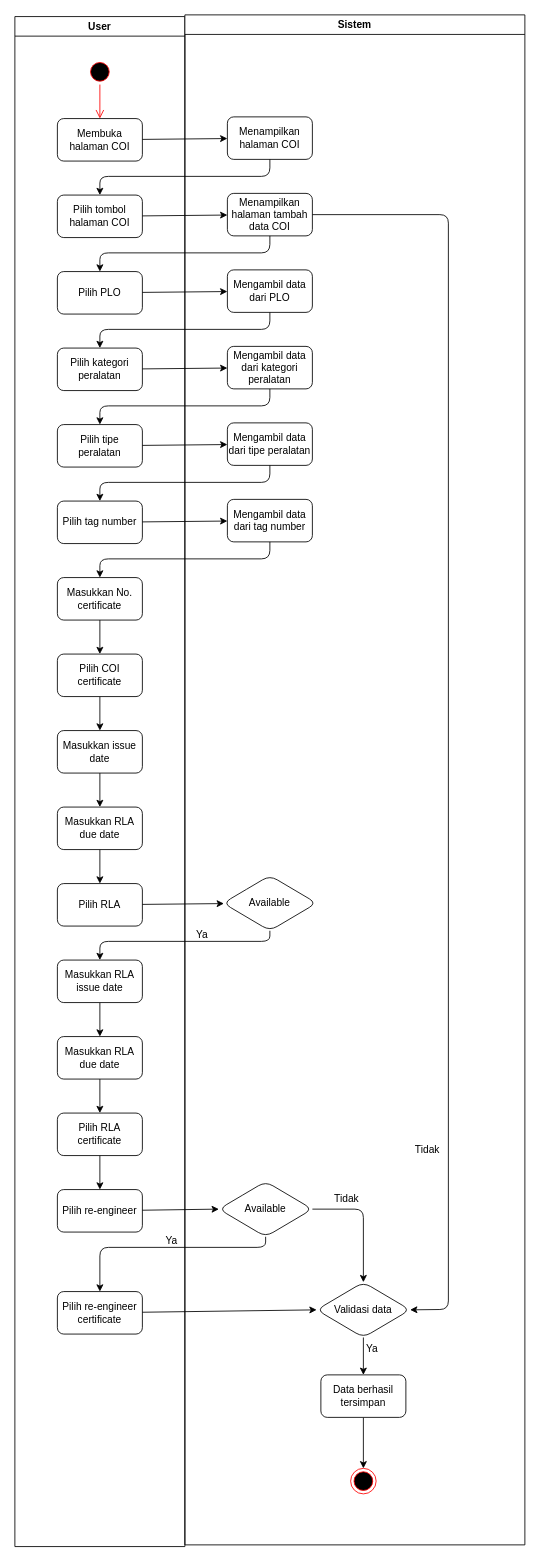
The draw.io diagram DOKUMENTASI IDMS/COI/tambahCOI.drawio in rismanrhz/idms, before the edit. Source tidied: cells renumbered, new cells numbered last; positions are measured from the earlier drawing's top-left corner, leaving out a move shared by most shapes. Both pictures are drawn from the tidied source at 85%, with x=0, y=0 at pixel (14, 14).
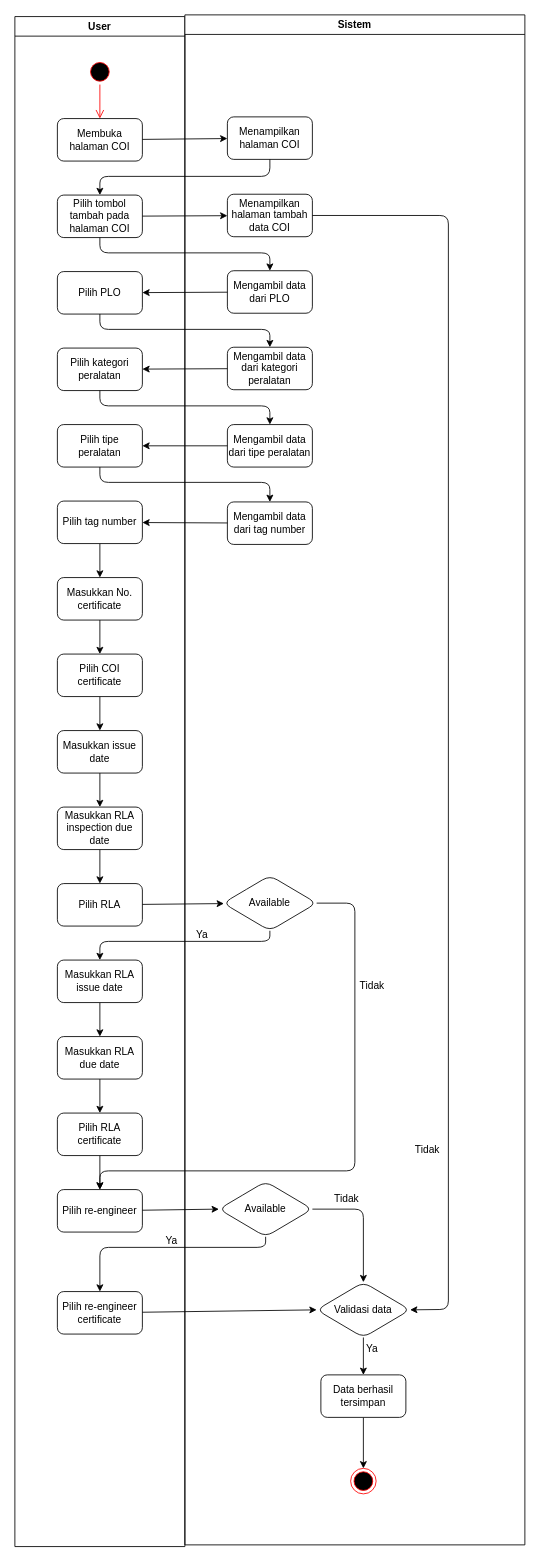
After the change.

The change refers to these unchanged cells:
```xml
<mxCell id="2" value="User" style="swimlane;" parent="1" vertex="1">
  <mxGeometry y="2" width="200" height="1800" as="geometry" />
</mxCell>
<mxCell id="7" value="Pilih PLO" style="rounded=1;whiteSpace=wrap;html=1;" parent="2" vertex="1">
  <mxGeometry x="50" y="300" width="100" height="50" as="geometry" />
</mxCell>
<mxCell id="8" value="Pilih kategori peralatan" style="rounded=1;whiteSpace=wrap;html=1;" parent="2" vertex="1">
  <mxGeometry x="50" y="390" width="100" height="50" as="geometry" />
</mxCell>
<mxCell id="9" value="Pilih tipe peralatan" style="rounded=1;whiteSpace=wrap;html=1;" parent="2" vertex="1">
  <mxGeometry x="50" y="480" width="100" height="50" as="geometry" />
</mxCell>
<mxCell id="11" value="Masukkan No. certificate" style="rounded=1;whiteSpace=wrap;html=1;" parent="2" vertex="1">
  <mxGeometry x="50" y="660" width="100" height="50" as="geometry" />
</mxCell>
<mxCell id="12" value="Pilih tag number" style="rounded=1;whiteSpace=wrap;html=1;" parent="2" vertex="1">
  <mxGeometry x="50" y="570" width="100" height="50" as="geometry" />
</mxCell>
<mxCell id="26" value="Pilih re-engineer" style="rounded=1;whiteSpace=wrap;html=1;" parent="2" vertex="1">
  <mxGeometry x="50" y="1380" width="100" height="50" as="geometry" />
</mxCell>
<mxCell id="28" value="Sistem" style="swimlane;" parent="1" vertex="1">
  <mxGeometry x="200" width="400" height="1800" as="geometry" />
</mxCell>
<mxCell id="36" value="Available" style="rhombus;whiteSpace=wrap;html=1;rounded=1;" parent="28" vertex="1">
  <mxGeometry x="45" y="1012.5" width="110" height="65" as="geometry" />
</mxCell>
<mxCell id="38" value="Validasi data" style="rhombus;whiteSpace=wrap;html=1;rounded=1;" parent="28" vertex="1">
  <mxGeometry x="155" y="1491" width="110" height="65" as="geometry" />
</mxCell>
```

Diff of the diagram source:
```diff
@@
-    <mxCell id="6" value="Pilih tombol halaman COI" style="rounded=1;whiteSpace=wrap;html=1;" parent="2" vertex="1">
+    <mxCell id="6" value="Pilih tombol tambah pada halaman COI" style="rounded=1;whiteSpace=wrap;html=1;" parent="2" vertex="1">
       <mxGeometry x="50" y="210" width="100" height="50" as="geometry" />
     </mxCell>
@@
+    <mxCell id="66" style="edgeStyle=none;html=1;" parent="2" edge="1" source="12" target="11">
+      <mxGeometry relative="1" as="geometry" />
+    </mxCell>
@@
-    <mxCell id="18" value="Masukkan RLA due date" style="rounded=1;whiteSpace=wrap;html=1;" parent="2" vertex="1">
+    <mxCell id="18" value="Masukkan RLA inspection due date" style="rounded=1;whiteSpace=wrap;html=1;" parent="2" vertex="1">
       <mxGeometry x="50" y="930" width="100" height="50" as="geometry" />
     </mxCell>
@@
     <mxCell id="30" value="Menampilkan halaman tambah data COI" style="rounded=1;whiteSpace=wrap;html=1;" parent="28" vertex="1">
-      <mxGeometry x="50" y="210" width="100" height="50" as="geometry" />
+      <mxGeometry x="50" y="211" width="100" height="50" as="geometry" />
     </mxCell>
     <mxCell id="31" value="Mengambil data dari PLO" style="rounded=1;whiteSpace=wrap;html=1;" parent="28" vertex="1">
-      <mxGeometry x="50" y="300" width="100" height="50" as="geometry" />
+      <mxGeometry x="50" y="301" width="100" height="50" as="geometry" />
     </mxCell>
     <mxCell id="32" value="Mengambil data dari kategori peralatan" style="rounded=1;whiteSpace=wrap;html=1;" parent="28" vertex="1">
-      <mxGeometry x="50" y="390" width="100" height="50" as="geometry" />
+      <mxGeometry x="50" y="391" width="100" height="50" as="geometry" />
     </mxCell>
     <mxCell id="33" value="Mengambil data dari tipe peralatan" style="rounded=1;whiteSpace=wrap;html=1;" parent="28" vertex="1">
-      <mxGeometry x="50" y="480" width="100" height="50" as="geometry" />
+      <mxGeometry x="50" y="482" width="100" height="50" as="geometry" />
     </mxCell>
     <mxCell id="34" value="Mengambil data dari tag number" style="rounded=1;whiteSpace=wrap;html=1;" parent="28" vertex="1">
-      <mxGeometry x="50" y="570" width="100" height="50" as="geometry" />
+      <mxGeometry x="50" y="573" width="100" height="50" as="geometry" />
     </mxCell>
     <mxCell id="35" style="edgeStyle=none;html=1;entryX=1;entryY=0.5;entryDx=0;entryDy=0;exitX=1;exitY=0.5;exitDx=0;exitDy=0;" parent="28" edge="1" source="30" target="38">
       <mxGeometry relative="1" as="geometry">
         <Array as="points">
-          <mxPoint x="310" y="235" />
+          <mxPoint x="310" y="236" />
           <mxPoint x="310" y="1523" />
         </Array>
       </mxGeometry>
     </mxCell>
@@
-    <mxCell id="50" style="edgeStyle=none;html=1;entryX=0.5;entryY=0;entryDx=0;entryDy=0;" parent="1" edge="1" source="30" target="7">
-      <mxGeometry relative="1" as="geometry">
-        <Array as="points">
-          <mxPoint x="300" y="280" />
-          <mxPoint x="100" y="280" />
-        </Array>
-      </mxGeometry>
-    </mxCell>
-    <mxCell id="51" style="edgeStyle=none;html=1;" parent="1" edge="1" source="7" target="31">
-      <mxGeometry relative="1" as="geometry" />
-    </mxCell>
-    <mxCell id="52" style="edgeStyle=none;html=1;entryX=0.5;entryY=0;entryDx=0;entryDy=0;exitX=0.5;exitY=1;exitDx=0;exitDy=0;" parent="1" edge="1" source="31" target="8">
-      <mxGeometry relative="1" as="geometry">
-        <Array as="points">
-          <mxPoint x="300" y="370" />
-          <mxPoint x="100" y="370" />
-        </Array>
-      </mxGeometry>
-    </mxCell>
-    <mxCell id="53" style="edgeStyle=none;html=1;" parent="1" edge="1" source="8" target="32">
-      <mxGeometry relative="1" as="geometry" />
-    </mxCell>
-    <mxCell id="54" style="edgeStyle=none;html=1;" parent="1" edge="1" source="32" target="9">
-      <mxGeometry relative="1" as="geometry">
-        <Array as="points">
-          <mxPoint x="300" y="460" />
-          <mxPoint x="100" y="460" />
-        </Array>
-      </mxGeometry>
-    </mxCell>
-    <mxCell id="55" style="edgeStyle=none;html=1;" parent="1" edge="1" source="9" target="33">
-      <mxGeometry relative="1" as="geometry" />
-    </mxCell>
-    <mxCell id="56" style="edgeStyle=none;html=1;" parent="1" edge="1" source="12" target="34">
-      <mxGeometry relative="1" as="geometry" />
-    </mxCell>
-    <mxCell id="57" style="edgeStyle=none;html=1;exitX=0.5;exitY=1;exitDx=0;exitDy=0;entryX=0.5;entryY=0;entryDx=0;entryDy=0;" parent="1" edge="1" source="33" target="12">
-      <mxGeometry relative="1" as="geometry">
-        <Array as="points">
-          <mxPoint x="300" y="550" />
-          <mxPoint x="100" y="550" />
-        </Array>
-      </mxGeometry>
-    </mxCell>
-    <mxCell id="58" style="edgeStyle=none;html=1;entryX=0.5;entryY=0;entryDx=0;entryDy=0;" parent="1" edge="1" source="34" target="11">
-      <mxGeometry relative="1" as="geometry">
-        <Array as="points">
-          <mxPoint x="300" y="640" />
-          <mxPoint x="100" y="640" />
-        </Array>
-      </mxGeometry>
-    </mxCell>
@@
+    <mxCell id="67" style="edgeStyle=none;html=1;" parent="1" edge="1" source="31" target="7">
+      <mxGeometry relative="1" as="geometry" />
+    </mxCell>
+    <mxCell id="68" style="edgeStyle=none;html=1;" parent="1" edge="1" source="32" target="8">
+      <mxGeometry relative="1" as="geometry" />
+    </mxCell>
+    <mxCell id="69" style="edgeStyle=none;html=1;entryX=0.5;entryY=0;entryDx=0;entryDy=0;" parent="1" edge="1" source="6" target="31">
+      <mxGeometry relative="1" as="geometry">
+        <Array as="points">
+          <mxPoint x="100" y="280" />
+          <mxPoint x="300" y="280" />
+        </Array>
+      </mxGeometry>
+    </mxCell>
+    <mxCell id="70" style="edgeStyle=none;html=1;entryX=0.5;entryY=0;entryDx=0;entryDy=0;exitX=0.5;exitY=1;exitDx=0;exitDy=0;" parent="1" edge="1" source="7" target="32">
+      <mxGeometry relative="1" as="geometry">
+        <Array as="points">
+          <mxPoint x="100" y="370" />
+          <mxPoint x="300" y="370" />
+        </Array>
+      </mxGeometry>
+    </mxCell>
+    <mxCell id="71" style="edgeStyle=none;html=1;entryX=0.5;entryY=0;entryDx=0;entryDy=0;" parent="1" edge="1" source="8" target="33">
+      <mxGeometry relative="1" as="geometry">
+        <Array as="points">
+          <mxPoint x="100" y="460" />
+          <mxPoint x="300" y="460" />
+        </Array>
+      </mxGeometry>
+    </mxCell>
+    <mxCell id="72" style="edgeStyle=none;html=1;" parent="1" edge="1" source="33" target="9">
+      <mxGeometry relative="1" as="geometry" />
+    </mxCell>
+    <mxCell id="73" style="edgeStyle=none;html=1;entryX=0.5;entryY=0;entryDx=0;entryDy=0;" parent="1" edge="1" source="9" target="34">
+      <mxGeometry relative="1" as="geometry">
+        <Array as="points">
+          <mxPoint x="100" y="550" />
+          <mxPoint x="300" y="550" />
+        </Array>
+      </mxGeometry>
+    </mxCell>
+    <mxCell id="74" style="edgeStyle=none;html=1;" parent="1" edge="1" source="34" target="12">
+      <mxGeometry relative="1" as="geometry" />
+    </mxCell>
+    <mxCell id="75" style="edgeStyle=none;html=1;exitX=1;exitY=0.5;exitDx=0;exitDy=0;entryX=0.5;entryY=0;entryDx=0;entryDy=0;" parent="1" edge="1" source="36" target="26">
+      <mxGeometry relative="1" as="geometry">
+        <Array as="points">
+          <mxPoint x="400" y="1045" />
+          <mxPoint x="400" y="1360" />
+          <mxPoint x="100" y="1360" />
+        </Array>
+      </mxGeometry>
+    </mxCell>
+    <mxCell id="76" value="Tidak" style="text;html=1;align=center;verticalAlign=middle;strokeColor=none;fillColor=none;" parent="1" vertex="1">
+      <mxGeometry x="395" y="1128" width="50" height="30" as="geometry" />
+    </mxCell>
```
